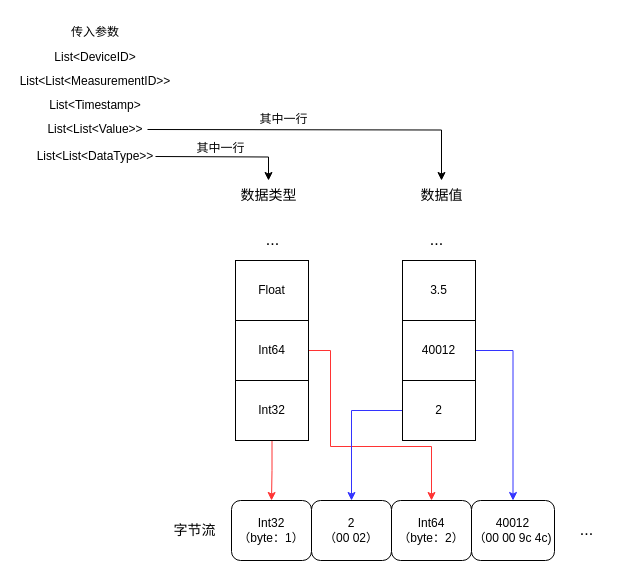
This is 设计图/已有数据序列化.drawio from THUMarkLau/thuthesis, a draw.io file, before an edit. Source tidied: cells renumbered, new cells numbered last; positions are measured from the earlier drawing's top-left corner, leaving out a move shared by most shapes. Both pictures are drawn from the tidied source at 100%, with x=0, y=0 at pixel (65, 17).
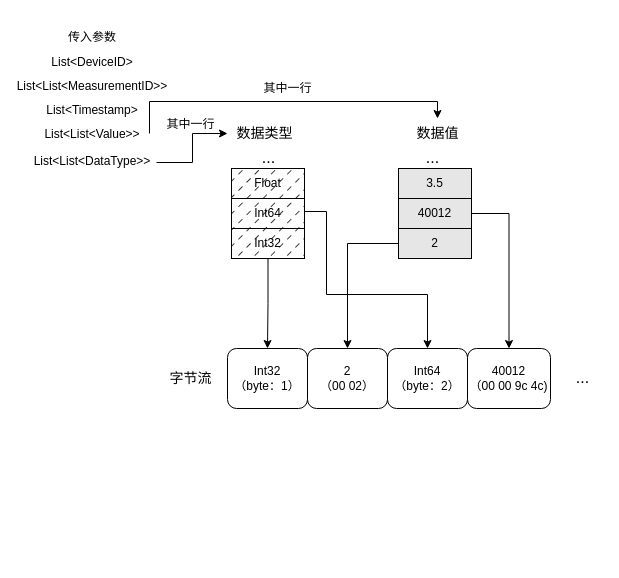
The same page after the edit.

Change to the diagram source:
```diff
@@
     <mxCell id="2" value="&lt;font style=&quot;font-size: 14px;&quot;&gt;数据类型&lt;/font&gt;" style="text;html=1;align=center;verticalAlign=middle;points=[];strokeColor=none;fillColor=none;" parent="1" vertex="1">
-      <mxGeometry x="166" y="163" width="74" height="29" as="geometry" />
+      <mxGeometry x="162" y="101" width="74" height="29" as="geometry" />
     </mxCell>
     <mxCell id="3" value="&lt;font style=&quot;font-size: 14px;&quot;&gt;数据值&lt;/font&gt;" style="text;html=1;align=center;verticalAlign=middle;points=[];strokeColor=none;fillColor=none;" parent="1" vertex="1">
-      <mxGeometry x="346" y="163" width="60" height="29" as="geometry" />
+      <mxGeometry x="342" y="101" width="60" height="29" as="geometry" />
     </mxCell>
-    <mxCell id="4" style="edgeStyle=orthogonalEdgeStyle;rounded=0;jettySize=auto;html=1;strokeColor=#FF3333;" parent="1" edge="1" source="5" target="16">
+    <mxCell id="4" style="edgeStyle=orthogonalEdgeStyle;rounded=0;jettySize=auto;html=1;strokeColor=#000000;" parent="1" edge="1" source="5" target="16">
       <mxGeometry relative="1" as="geometry" />
     </mxCell>
-    <mxCell id="5" value="Int32" style="rounded=0;whiteSpace=wrap;html=1;" parent="1" vertex="1">
-      <mxGeometry x="170" y="363" width="73" height="60" as="geometry" />
+    <mxCell id="5" value="Int32" style="rounded=0;whiteSpace=wrap;html=1;fillStyle=dashed;fillColor=#000000;" parent="1" vertex="1">
+      <mxGeometry x="166" y="211" width="73" height="30" as="geometry" />
     </mxCell>
-    <mxCell id="6" style="edgeStyle=orthogonalEdgeStyle;rounded=0;jettySize=auto;html=1;exitX=1;exitY=0.5;exitDx=0;exitDy=0;entryX=0.5;entryY=0;entryDx=0;entryDy=0;strokeColor=#FF3333;" parent="1" edge="1" source="7" target="18">
+    <mxCell id="6" style="edgeStyle=orthogonalEdgeStyle;rounded=0;jettySize=auto;html=1;exitX=1;exitY=0.5;exitDx=0;exitDy=0;entryX=0.5;entryY=0;entryDx=0;entryDy=0;strokeColor=#000000;" parent="1" edge="1" source="7" target="18">
       <mxGeometry relative="1" as="geometry">
         <Array as="points">
-          <mxPoint x="265" y="333" />
-          <mxPoint x="265" y="429" />
-          <mxPoint x="366" y="429" />
+          <mxPoint x="239" y="194" />
+          <mxPoint x="261" y="194" />
+          <mxPoint x="261" y="277" />
+          <mxPoint x="362" y="277" />
         </Array>
       </mxGeometry>
     </mxCell>
-    <mxCell id="7" value="Int64" style="rounded=0;whiteSpace=wrap;html=1;" parent="1" vertex="1">
-      <mxGeometry x="170" y="303" width="73" height="60" as="geometry" />
+    <mxCell id="7" value="Int64" style="rounded=0;whiteSpace=wrap;html=1;fillStyle=dashed;fillColor=#000000;" parent="1" vertex="1">
+      <mxGeometry x="166" y="181" width="73" height="30" as="geometry" />
     </mxCell>
-    <mxCell id="8" value="Float" style="rounded=0;whiteSpace=wrap;html=1;" parent="1" vertex="1">
-      <mxGeometry x="170" y="243" width="73" height="60" as="geometry" />
+    <mxCell id="8" value="Float" style="rounded=0;whiteSpace=wrap;html=1;fillStyle=dashed;fillColor=#000000;" parent="1" vertex="1">
+      <mxGeometry x="166" y="151" width="73" height="30" as="geometry" />
     </mxCell>
     <mxCell id="9" value="&lt;font style=&quot;font-size: 16px;&quot;&gt;...&lt;/font&gt;" style="text;html=1;align=center;verticalAlign=middle;" parent="1" vertex="1">
-      <mxGeometry x="191" y="206" width="31" height="31" as="geometry" />
+      <mxGeometry x="187" y="124" width="31" height="31" as="geometry" />
     </mxCell>
-    <mxCell id="10" style="edgeStyle=orthogonalEdgeStyle;rounded=0;jettySize=auto;html=1;strokeColor=#3333FF;" parent="1" edge="1" source="11" target="17">
+    <mxCell id="10" style="edgeStyle=orthogonalEdgeStyle;rounded=0;jettySize=auto;html=1;strokeColor=#000000;" parent="1" edge="1" source="11" target="17">
       <mxGeometry relative="1" as="geometry" />
     </mxCell>
-    <mxCell id="11" value="2" style="rounded=0;whiteSpace=wrap;html=1;" parent="1" vertex="1">
-      <mxGeometry x="337" y="363" width="73" height="60" as="geometry" />
+    <mxCell id="11" value="2" style="rounded=0;whiteSpace=wrap;html=1;fillStyle=auto;fillColor=#E6E6E6;gradientColor=none;gradientDirection=west;snapToPoint=0;fixDash=0;" parent="1" vertex="1">
+      <mxGeometry x="333" y="211" width="73" height="30" as="geometry" />
     </mxCell>
-    <mxCell id="12" style="edgeStyle=orthogonalEdgeStyle;rounded=0;jettySize=auto;html=1;entryX=0.5;entryY=0;entryDx=0;entryDy=0;exitX=1;exitY=0.5;exitDx=0;exitDy=0;strokeColor=#3333FF;" parent="1" edge="1" source="13" target="19">
+    <mxCell id="12" style="edgeStyle=orthogonalEdgeStyle;rounded=0;jettySize=auto;html=1;entryX=0.5;entryY=0;entryDx=0;entryDy=0;exitX=1;exitY=0.5;exitDx=0;exitDy=0;strokeColor=#000000;" parent="1" edge="1" source="13" target="19">
       <mxGeometry relative="1" as="geometry" />
     </mxCell>
-    <mxCell id="13" value="40012" style="rounded=0;whiteSpace=wrap;html=1;" parent="1" vertex="1">
-      <mxGeometry x="337" y="303" width="73" height="60" as="geometry" />
+    <mxCell id="13" value="40012" style="rounded=0;whiteSpace=wrap;html=1;fillStyle=auto;fillColor=#E6E6E6;gradientColor=none;gradientDirection=west;snapToPoint=0;fixDash=0;" parent="1" vertex="1">
+      <mxGeometry x="333" y="181" width="73" height="30" as="geometry" />
     </mxCell>
-    <mxCell id="14" value="3.5" style="rounded=0;whiteSpace=wrap;html=1;" parent="1" vertex="1">
-      <mxGeometry x="337" y="243" width="73" height="60" as="geometry" />
+    <mxCell id="14" value="3.5" style="rounded=0;whiteSpace=wrap;html=1;fillStyle=auto;fillColor=#E6E6E6;gradientColor=none;gradientDirection=west;fixDash=0;" parent="1" vertex="1">
+      <mxGeometry x="333" y="151" width="73" height="30" as="geometry" />
     </mxCell>
     <mxCell id="15" value="&lt;font style=&quot;font-size: 16px;&quot;&gt;...&lt;/font&gt;" style="text;html=1;align=center;verticalAlign=middle;" parent="1" vertex="1">
-      <mxGeometry x="355" y="206" width="31" height="31" as="geometry" />
+      <mxGeometry x="351" y="124" width="31" height="31" as="geometry" />
     </mxCell>
     <mxCell id="16" value="Int32&lt;br&gt;（byte：1）" style="rounded=1;whiteSpace=wrap;html=1;" parent="1" vertex="1">
-      <mxGeometry x="166" y="483" width="80" height="60" as="geometry" />
+      <mxGeometry x="162" y="331" width="80" height="60" as="geometry" />
     </mxCell>
     <mxCell id="17" value="2&lt;br&gt;（00 02）" style="rounded=1;whiteSpace=wrap;html=1;" parent="1" vertex="1">
-      <mxGeometry x="246" y="483" width="80" height="60" as="geometry" />
+      <mxGeometry x="242" y="331" width="80" height="60" as="geometry" />
     </mxCell>
     <mxCell id="18" value="Int64&lt;br&gt;（byte：2）" style="rounded=1;whiteSpace=wrap;html=1;" parent="1" vertex="1">
-      <mxGeometry x="326" y="483" width="80" height="60" as="geometry" />
+      <mxGeometry x="322" y="331" width="80" height="60" as="geometry" />
     </mxCell>
     <mxCell id="19" value="40012&lt;br&gt;（00 00&amp;nbsp;9c 4c)" style="rounded=1;whiteSpace=wrap;html=1;" parent="1" vertex="1">
-      <mxGeometry x="406" y="483" width="83" height="60" as="geometry" />
+      <mxGeometry x="402" y="331" width="83" height="60" as="geometry" />
     </mxCell>
     <mxCell id="20" value="&lt;font style=&quot;font-size: 16px;&quot;&gt;...&lt;/font&gt;" style="text;html=1;align=center;verticalAlign=middle;" parent="1" vertex="1">
-      <mxGeometry x="505" y="496" width="31" height="31" as="geometry" />
+      <mxGeometry x="501" y="344" width="31" height="31" as="geometry" />
     </mxCell>
     <mxCell id="21" value="&lt;font style=&quot;font-size: 14px;&quot;&gt;字节流&lt;/font&gt;" style="text;html=1;align=center;verticalAlign=middle;strokeColor=none;fillColor=none;" parent="1" vertex="1">
-      <mxGeometry x="99" y="498.5" width="60" height="29" as="geometry" />
+      <mxGeometry x="95" y="346.5" width="60" height="29" as="geometry" />
     </mxCell>
     <mxCell id="22" value="List&amp;lt;Timestamp&amp;gt;" style="text;html=1;align=center;verticalAlign=middle;whiteSpace=wrap;rounded=0;" parent="1" vertex="1">
-      <mxGeometry y="73" width="60" height="30" as="geometry" />
+      <mxGeometry x="-3" y="78" width="60" height="30" as="geometry" />
     </mxCell>
     <mxCell id="23" value="List&amp;lt;DeviceID&amp;gt;" style="text;html=1;align=center;verticalAlign=middle;whiteSpace=wrap;rounded=0;" parent="1" vertex="1">
-      <mxGeometry y="25" width="60" height="30" as="geometry" />
+      <mxGeometry x="-3" y="30" width="60" height="30" as="geometry" />
     </mxCell>
     <mxCell id="24" value="List&amp;lt;List&amp;lt;MeasurementID&amp;gt;&amp;gt;" style="text;html=1;align=center;verticalAlign=middle;whiteSpace=wrap;rounded=0;" parent="1" vertex="1">
-      <mxGeometry y="49" width="60" height="30" as="geometry" />
+      <mxGeometry x="-3" y="54" width="60" height="30" as="geometry" />
     </mxCell>
     <mxCell id="25" style="edgeStyle=orthogonalEdgeStyle;rounded=0;jettySize=auto;html=1;" parent="1" edge="1" target="2">
       <mxGeometry relative="1" as="geometry">
-        <mxPoint x="90" y="139" as="sourcePoint" />
+        <mxPoint x="91" y="145" as="sourcePoint" />
+        <Array as="points">
+          <mxPoint x="91" y="145" />
+          <mxPoint x="127" y="145" />
+          <mxPoint x="127" y="116" />
+        </Array>
       </mxGeometry>
     </mxCell>
     <mxCell id="26" value="List&amp;lt;List&amp;lt;DataType&amp;gt;&amp;gt;" style="text;html=1;align=center;verticalAlign=middle;whiteSpace=wrap;rounded=0;" parent="1" vertex="1">
-      <mxGeometry y="124" width="60" height="30" as="geometry" />
+      <mxGeometry x="-3" y="129" width="60" height="30" as="geometry" />
     </mxCell>
     <mxCell id="27" style="edgeStyle=orthogonalEdgeStyle;rounded=0;jettySize=auto;html=1;" parent="1" edge="1" target="3">
       <mxGeometry relative="1" as="geometry">
-        <mxPoint x="82" y="112" as="sourcePoint" />
+        <mxPoint x="84" y="116" as="sourcePoint" />
+        <Array as="points">
+          <mxPoint x="84" y="84" />
+          <mxPoint x="372" y="84" />
+        </Array>
       </mxGeometry>
     </mxCell>
     <mxCell id="28" value="List&amp;lt;List&amp;lt;Value&amp;gt;&amp;gt;" style="text;html=1;align=center;verticalAlign=middle;whiteSpace=wrap;rounded=0;" parent="1" vertex="1">
-      <mxGeometry y="97" width="60" height="30" as="geometry" />
+      <mxGeometry x="-3" y="102" width="60" height="30" as="geometry" />
     </mxCell>
     <mxCell id="29" value="传入参数" style="text;html=1;align=center;verticalAlign=middle;whiteSpace=wrap;rounded=0;" parent="1" vertex="1">
-      <mxGeometry width="60" height="30" as="geometry" />
+      <mxGeometry x="-3" y="5" width="60" height="30" as="geometry" />
     </mxCell>
     <mxCell id="30" value="其中一行" style="text;html=1;align=center;verticalAlign=middle;strokeColor=none;fillColor=none;" parent="1" vertex="1">
-      <mxGeometry x="185" y="89" width="66" height="26" as="geometry" />
+      <mxGeometry x="189" y="58" width="66" height="26" as="geometry" />
     </mxCell>
     <mxCell id="31" value="其中一行" style="text;html=1;align=center;verticalAlign=middle;strokeColor=none;fillColor=none;" parent="1" vertex="1">
-      <mxGeometry x="122" y="118" width="66" height="26" as="geometry" />
+      <mxGeometry x="92" y="94" width="66" height="26" as="geometry" />
     </mxCell>
```
